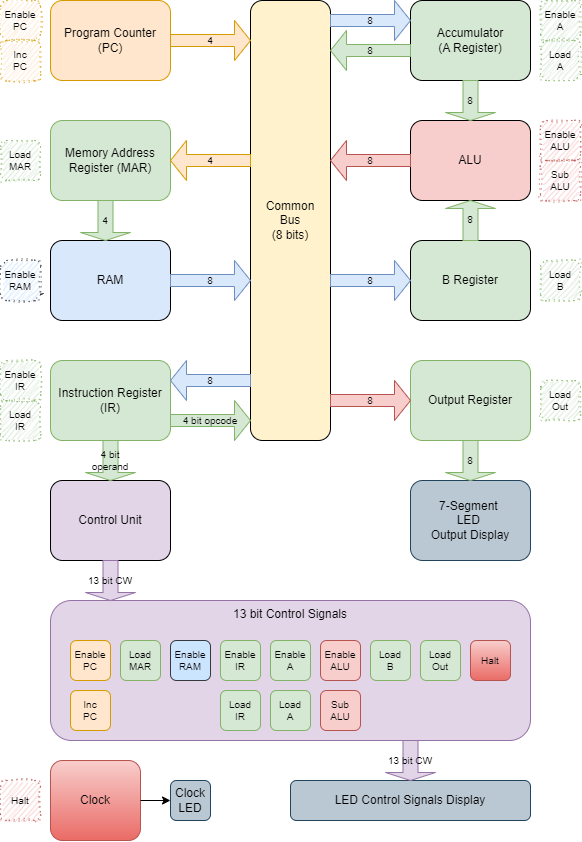
Earlier version of the draw.io export assets/img/sap1/fig-0.png (AnjenaRaja/anjenaraja.github.io). Source tidied: cells renumbered, new cells last; positions are measured from the earlier drawing's top-left corner, leaving out a move shared by most shapes.
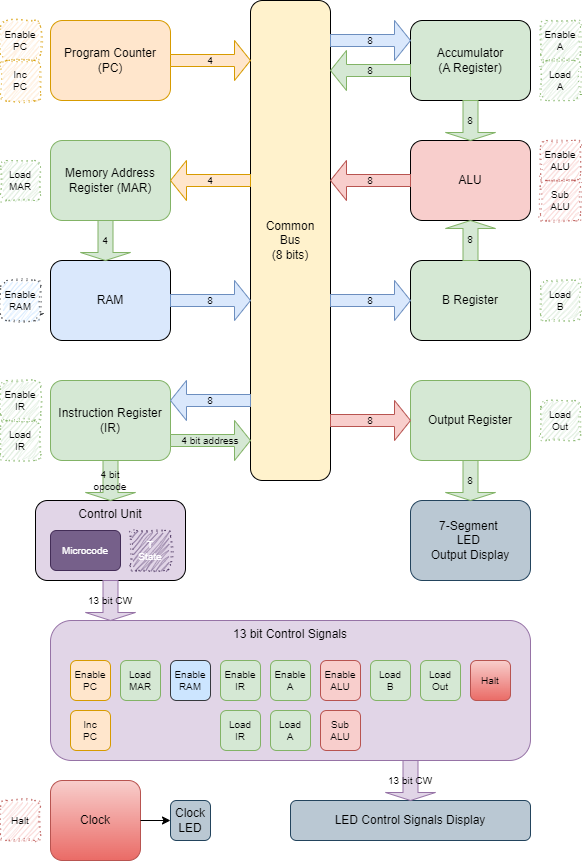
Above is the later version.

Change to the diagram source:
```diff
@@ -26,11 +26,11 @@
     <mxCell id="9" value="Output Register" style="rounded=1;whiteSpace=wrap;html=1;strokeColor=#82b366;fillColor=#d5e8d4;" parent="1" vertex="1">
       <mxGeometry x="410" y="360" width="120" height="80" as="geometry" />
     </mxCell>
-    <mxCell id="10" value="Control Unit" style="rounded=1;whiteSpace=wrap;html=1;strokeColor=#000000;fillColor=#e1d5e7;" parent="1" vertex="1">
-      <mxGeometry x="50" y="480" width="120" height="80" as="geometry" />
+    <mxCell id="10" value="Control Unit" style="rounded=1;whiteSpace=wrap;html=1;strokeColor=#000000;fillColor=#e1d5e7;verticalAlign=top;align=center;" parent="1" vertex="1">
+      <mxGeometry x="35" y="480" width="150" height="80" as="geometry" />
     </mxCell>
     <mxCell id="11" value="Common&lt;div&gt;Bus&lt;/div&gt;&lt;div&gt;(8 bits)&lt;/div&gt;" style="rounded=1;whiteSpace=wrap;html=1;strokeColor=#000000;fillColor=#fff2cc;" parent="1" vertex="1">
-      <mxGeometry x="250" width="80" height="440" as="geometry" />
+      <mxGeometry x="250" y="-20" width="80" height="480" as="geometry" />
     </mxCell>
     <mxCell id="12" value="7-Segment&amp;nbsp;&lt;div&gt;LED&amp;nbsp;&lt;/div&gt;&lt;div&gt;Output Display&lt;/div&gt;" style="rounded=1;whiteSpace=wrap;html=1;strokeColor=#23445d;fillColor=#bac8d3;" parent="1" vertex="1">
       <mxGeometry x="410" y="480" width="120" height="80" as="geometry" />
@@ -107,7 +107,7 @@
     <mxCell id="36" value="8" style="shape=singleArrow;direction=west;whiteSpace=wrap;html=1;fontSize=10;fillColor=#dae8fc;strokeColor=#6c8ebf;" parent="1" vertex="1">
       <mxGeometry x="170" y="360" width="80" height="40" as="geometry" />
     </mxCell>
-    <mxCell id="37" value="4 bit opcode" style="shape=singleArrow;whiteSpace=wrap;html=1;fontSize=10;fillColor=#d5e8d4;strokeColor=#82b366;" parent="1" vertex="1">
+    <mxCell id="37" value="4 bit address" style="shape=singleArrow;whiteSpace=wrap;html=1;fontSize=10;fillColor=#d5e8d4;strokeColor=#82b366;" parent="1" vertex="1">
       <mxGeometry x="170" y="400" width="80" height="40" as="geometry" />
     </mxCell>
     <mxCell id="38" value="8" style="shape=singleArrow;direction=south;whiteSpace=wrap;html=1;fillColor=#d5e8d4;strokeColor=#82b366;fontSize=10;" parent="1" vertex="1">
@@ -119,7 +119,7 @@
     <mxCell id="40" value="8" style="shape=singleArrow;direction=south;whiteSpace=wrap;html=1;fillColor=#d5e8d4;strokeColor=#82b366;fontSize=10;" parent="1" vertex="1">
       <mxGeometry x="445" y="440" width="50" height="40" as="geometry" />
     </mxCell>
-    <mxCell id="41" value="4 bit operand" style="shape=singleArrow;direction=south;whiteSpace=wrap;html=1;fillColor=#d5e8d4;strokeColor=#82b366;fontSize=10;" parent="1" vertex="1">
+    <mxCell id="41" value="4 bit opcode" style="shape=singleArrow;direction=south;whiteSpace=wrap;html=1;fillColor=#d5e8d4;strokeColor=#82b366;fontSize=10;" parent="1" vertex="1">
       <mxGeometry x="85" y="440" width="50" height="40" as="geometry" />
     </mxCell>
     <mxCell id="42" value="4" style="shape=singleArrow;direction=south;whiteSpace=wrap;html=1;fillColor=#d5e8d4;strokeColor=#82b366;fontSize=10;" parent="1" vertex="1">
@@ -179,5 +179,11 @@
     <mxCell id="60" style="endArrow=classic;html=1;rounded=0;entryX=0;entryY=0.5;entryDx=0;entryDy=0;" parent="1" edge="1" source="56" target="58">
       <mxGeometry relative="1" as="geometry" />
     </mxCell>
+    <mxCell id="61" value="Microcode" style="rounded=1;whiteSpace=wrap;html=1;strokeColor=#432D57;fillColor=#76608a;fontSize=10;fontColor=#ffffff;" parent="1" vertex="1">
+      <mxGeometry x="50" y="510" width="70" height="40" as="geometry" />
+    </mxCell>
+    <mxCell id="62" value="T&lt;div&gt;State&lt;/div&gt;" style="rounded=1;whiteSpace=wrap;html=1;strokeColor=#432D57;fillColor=#76608a;fontSize=10;fontColor=#ffffff;sketch=1;curveFitting=1;jiggle=2;dashed=1;dashPattern=1 4;" parent="1" vertex="1">
+      <mxGeometry x="130" y="510" width="40" height="40" as="geometry" />
+    </mxCell>
   </root>
 </mxGraphModel>
```
